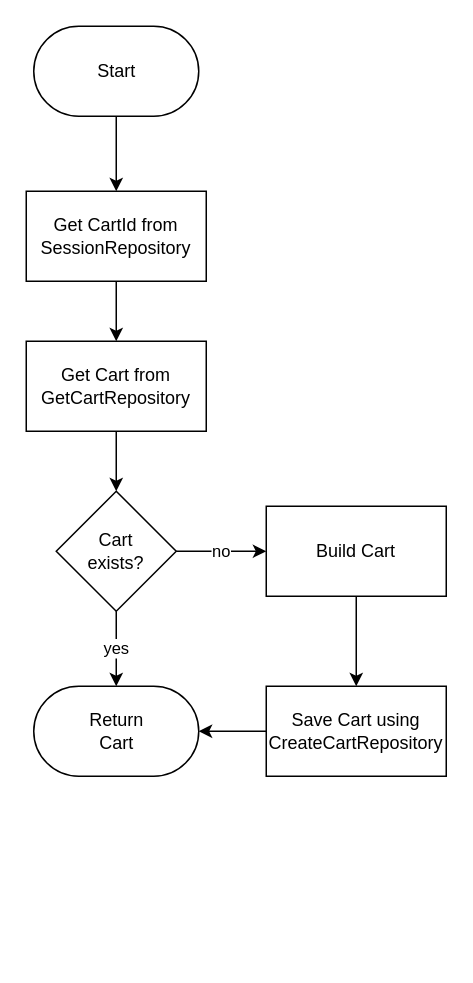
The draw.io diagram page "GetCartAction" (7 of 11) of docs/schematics/actions.drawio.xml in sirbaconjr/simple-cart-api, before the edit. Source tidied: cells renumbered, new cells numbered last; positions are measured from the earlier drawing's top-left corner, leaving out a move shared by most shapes. Both pictures are drawn from the tidied source at 150%, with x=0, y=0 at pixel (26, 26).
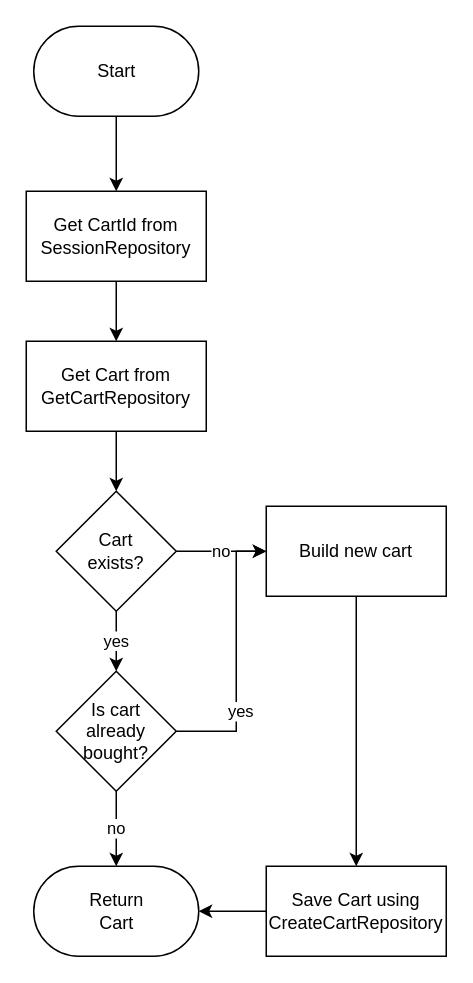
The same diagram, later.

The change refers to these unchanged cells:
```xml
<mxCell id="11" value="Cart&lt;br&gt;exists?" style="rhombus;whiteSpace=wrap;html=1;rounded=0;" parent="1" vertex="1">
  <mxGeometry x="20" y="310" width="80" height="80" as="geometry" />
</mxCell>
```

Change to the diagram source:
```diff
@@
     <mxCell id="4" value="Return&lt;br&gt;Cart" style="html=1;dashed=0;whitespace=wrap;shape=mxgraph.dfd.start;" parent="1" vertex="1">
-      <mxGeometry x="5" y="440" width="110" height="60" as="geometry" />
+      <mxGeometry x="5" y="560" width="110" height="60" as="geometry" />
     </mxCell>
@@
+    <mxCell id="10" value="no" style="edgeStyle=orthogonalEdgeStyle;rounded=0;jettySize=auto;html=1;" parent="1" edge="1" source="11" target="13">
+      <mxGeometry relative="1" as="geometry" />
+    </mxCell>
-    <mxCell id="9" value="yes" style="edgeStyle=orthogonalEdgeStyle;rounded=0;jettySize=auto;html=1;" parent="1" edge="1" source="11" target="4">
-      <mxGeometry relative="1" as="geometry">
-        <Array as="points">
-          <mxPoint x="60" y="410" />
-          <mxPoint x="60" y="410" />
-        </Array>
-      </mxGeometry>
+    <mxCell id="9" value="yes" style="edgeStyle=orthogonalEdgeStyle;rounded=0;jettySize=auto;html=1;" parent="1" edge="1" source="11" target="19">
+      <mxGeometry relative="1" as="geometry" />
     </mxCell>
-    <mxCell id="10" value="no" style="edgeStyle=orthogonalEdgeStyle;rounded=0;jettySize=auto;html=1;" parent="1" edge="1" source="11" target="13">
-      <mxGeometry relative="1" as="geometry" />
-    </mxCell>
@@
-    <mxCell id="13" value="Build Cart" style="whiteSpace=wrap;html=1;rounded=0;" parent="1" vertex="1">
+    <mxCell id="13" value="Build new cart" style="whiteSpace=wrap;html=1;rounded=0;" parent="1" vertex="1">
       <mxGeometry x="160" y="320" width="120" height="60" as="geometry" />
     </mxCell>
@@
     <mxCell id="15" value="Save Cart using&lt;br&gt;CreateCartRepository" style="whiteSpace=wrap;html=1;rounded=0;" parent="1" vertex="1">
-      <mxGeometry x="160" y="440" width="120" height="60" as="geometry" />
+      <mxGeometry x="160" y="560" width="120" height="60" as="geometry" />
     </mxCell>
+    <mxCell id="16" value="no" style="edgeStyle=orthogonalEdgeStyle;rounded=0;jettySize=auto;html=1;" parent="1" edge="1" source="19" target="4">
+      <mxGeometry relative="1" as="geometry" />
+    </mxCell>
+    <mxCell id="17" style="edgeStyle=orthogonalEdgeStyle;rounded=0;jettySize=auto;html=1;entryX=0;entryY=0.5;entryDx=0;entryDy=0;" parent="1" edge="1" source="19" target="13">
+      <mxGeometry relative="1" as="geometry">
+        <Array as="points">
+          <mxPoint x="140" y="470" />
+          <mxPoint x="140" y="350" />
+        </Array>
+      </mxGeometry>
+    </mxCell>
+    <mxCell id="18" value="yes" style="edgeLabel;html=1;align=center;verticalAlign=middle;" parent="17" vertex="1">
+      <mxGeometry x="-0.4" y="-2" relative="1" as="geometry" />
+    </mxCell>
+    <mxCell id="19" value="Is cart&lt;br&gt;already bought?" style="rhombus;whiteSpace=wrap;html=1;rounded=0;" parent="1" vertex="1">
+      <mxGeometry x="20" y="430" width="80" height="80" as="geometry" />
+    </mxCell>
```
